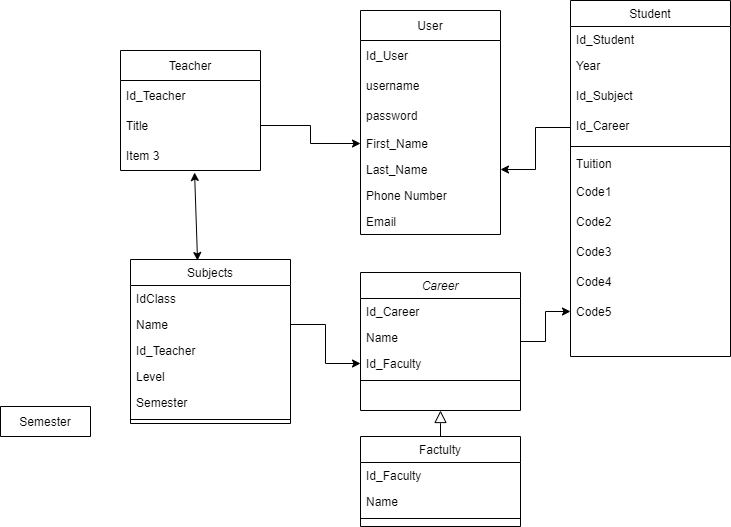
This is Untitled Diagram.drawio.png from GuilleAlvarado/draw, a draw.io export, as it was before one commit. Source tidied: cells renumbered, new cells last; positions are measured from the earlier drawing's top-left corner, leaving out a move shared by most shapes. Source of this version:
```xml
<mxGraphModel>
  <root>
    <mxCell id="0" />
    <mxCell id="1" parent="0" />
    <mxCell id="2" style="edgeStyle=orthogonalEdgeStyle;rounded=0;jettySize=auto;html=1;" parent="1" edge="1" source="3" target="31">
      <mxGeometry relative="1" as="geometry" />
    </mxCell>
    <mxCell id="3" value="Career" style="swimlane;fontStyle=2;align=center;verticalAlign=top;horizontal=1;startSize=26;rounded=0;shadow=0;strokeWidth=1;" parent="1" vertex="1">
      <mxGeometry x="360" y="272" width="160" height="138" as="geometry" />
    </mxCell>
    <mxCell id="4" value="Id_Career" style="text;align=left;verticalAlign=top;spacingLeft=4;spacingRight=4;overflow=hidden;" parent="3" vertex="1">
      <mxGeometry y="26" width="160" height="26" as="geometry" />
    </mxCell>
    <mxCell id="5" value="Name" style="text;align=left;verticalAlign=top;spacingLeft=4;spacingRight=4;overflow=hidden;rounded=0;shadow=0;html=0;" parent="3" vertex="1">
      <mxGeometry y="52" width="160" height="26" as="geometry" />
    </mxCell>
    <mxCell id="6" value="Id_Faculty" style="text;align=left;verticalAlign=top;spacingLeft=4;spacingRight=4;overflow=hidden;points=[[0,0.5],[1,0.5]];portConstraint=eastwest;rounded=0;shadow=0;html=0;" parent="3" vertex="1">
      <mxGeometry y="78" width="160" height="26" as="geometry" />
    </mxCell>
    <mxCell id="7" style="line;html=1;strokeWidth=1;align=left;verticalAlign=middle;spacingTop=-1;spacingLeft=3;spacingRight=3;labelPosition=right;" parent="3" vertex="1">
      <mxGeometry y="104" width="160" height="8" as="geometry" />
    </mxCell>
    <mxCell id="8" value="Factulty" style="swimlane;fontStyle=0;align=center;verticalAlign=top;horizontal=1;startSize=26;rounded=0;shadow=0;strokeWidth=1;" parent="1" vertex="1">
      <mxGeometry x="360" y="436" width="160" height="90" as="geometry" />
    </mxCell>
    <mxCell id="9" value="Id_Faculty" style="text;align=left;verticalAlign=top;spacingLeft=4;spacingRight=4;overflow=hidden;" parent="8" vertex="1">
      <mxGeometry y="26" width="160" height="26" as="geometry" />
    </mxCell>
    <mxCell id="10" value="Name" style="text;align=left;verticalAlign=top;spacingLeft=4;spacingRight=4;overflow=hidden;rounded=0;shadow=0;html=0;" parent="8" vertex="1">
      <mxGeometry y="52" width="160" height="26" as="geometry" />
    </mxCell>
    <mxCell id="11" style="line;html=1;strokeWidth=1;align=left;verticalAlign=middle;spacingTop=-1;spacingLeft=3;spacingRight=3;labelPosition=right;" parent="8" vertex="1">
      <mxGeometry y="78" width="160" height="8" as="geometry" />
    </mxCell>
    <mxCell id="12" style="endArrow=block;endSize=10;endFill=0;shadow=0;strokeWidth=1;rounded=0;edgeStyle=elbowEdgeStyle;elbow=vertical;" parent="1" edge="1" source="8" target="3">
      <mxGeometry relative="1" as="geometry" />
    </mxCell>
    <mxCell id="13" value="Subjects" style="swimlane;fontStyle=0;align=center;verticalAlign=top;horizontal=1;startSize=26;rounded=0;shadow=0;strokeWidth=1;" parent="1" vertex="1">
      <mxGeometry x="130" y="259" width="160" height="164" as="geometry" />
    </mxCell>
    <mxCell id="14" value="IdClass" style="text;align=left;verticalAlign=top;spacingLeft=4;spacingRight=4;overflow=hidden;" parent="13" vertex="1">
      <mxGeometry y="26" width="160" height="26" as="geometry" />
    </mxCell>
    <mxCell id="15" value="Name" style="text;align=left;verticalAlign=top;spacingLeft=4;spacingRight=4;overflow=hidden;points=[[0,0.5],[1,0.5]];portConstraint=eastwest;" parent="13" vertex="1">
      <mxGeometry y="52" width="160" height="26" as="geometry" />
    </mxCell>
    <mxCell id="16" value="Id_Teacher" style="text;align=left;verticalAlign=top;spacingLeft=4;spacingRight=4;overflow=hidden;" parent="13" vertex="1">
      <mxGeometry y="78" width="160" height="26" as="geometry" />
    </mxCell>
    <mxCell id="17" value="Level" style="text;align=left;verticalAlign=top;spacingLeft=4;spacingRight=4;overflow=hidden;" parent="13" vertex="1">
      <mxGeometry y="104" width="160" height="26" as="geometry" />
    </mxCell>
    <mxCell id="18" value="Semester" style="text;align=left;verticalAlign=top;spacingLeft=4;spacingRight=4;overflow=hidden;" parent="13" vertex="1">
      <mxGeometry y="130" width="160" height="26" as="geometry" />
    </mxCell>
    <mxCell id="19" style="line;html=1;strokeWidth=1;align=left;verticalAlign=middle;spacingTop=-1;spacingLeft=3;spacingRight=3;labelPosition=right;" parent="13" vertex="1">
      <mxGeometry y="156" width="160" height="8" as="geometry" />
    </mxCell>
    <mxCell id="20" value="Student" style="swimlane;fontStyle=0;align=center;verticalAlign=top;horizontal=1;startSize=26;rounded=0;shadow=0;strokeWidth=1;" parent="1" vertex="1">
      <mxGeometry x="570" width="160" height="356" as="geometry" />
    </mxCell>
    <mxCell id="21" value="Id_Student" style="text;align=left;verticalAlign=top;spacingLeft=4;spacingRight=4;overflow=hidden;" parent="20" vertex="1">
      <mxGeometry y="26" width="160" height="26" as="geometry" />
    </mxCell>
    <mxCell id="22" value="Year" style="text;align=left;verticalAlign=top;spacingLeft=4;spacingRight=4;overflow=hidden;rounded=0;shadow=0;html=0;" parent="20" vertex="1">
      <mxGeometry y="52" width="160" height="30" as="geometry" />
    </mxCell>
    <mxCell id="23" value="Id_Subject" style="text;align=left;verticalAlign=top;spacingLeft=4;spacingRight=4;overflow=hidden;rounded=0;shadow=0;html=0;" parent="20" vertex="1">
      <mxGeometry y="82" width="160" height="30" as="geometry" />
    </mxCell>
    <mxCell id="24" value="Id_Career" style="text;align=left;verticalAlign=top;spacingLeft=4;spacingRight=4;overflow=hidden;points=[[0,0.5],[1,0.5]];portConstraint=eastwest;rounded=0;shadow=0;html=0;" parent="20" vertex="1">
      <mxGeometry y="112" width="160" height="30" as="geometry" />
    </mxCell>
    <mxCell id="25" style="line;html=1;strokeWidth=1;align=left;verticalAlign=middle;spacingTop=-1;spacingLeft=3;spacingRight=3;labelPosition=right;" parent="20" vertex="1">
      <mxGeometry y="142" width="160" height="8" as="geometry" />
    </mxCell>
    <mxCell id="26" value="Tuition" style="text;align=left;verticalAlign=top;spacingLeft=4;spacingRight=4;overflow=hidden;" parent="20" vertex="1">
      <mxGeometry y="150" width="160" height="26" as="geometry" />
    </mxCell>
    <mxCell id="27" value="Code1" style="text;strokeColor=none;fillColor=none;align=left;verticalAlign=middle;spacingLeft=4;spacingRight=4;overflow=hidden;" parent="20" vertex="1">
      <mxGeometry y="176" width="160" height="30" as="geometry" />
    </mxCell>
    <mxCell id="28" value="Code2" style="text;strokeColor=none;fillColor=none;align=left;verticalAlign=middle;spacingLeft=4;spacingRight=4;overflow=hidden;" parent="20" vertex="1">
      <mxGeometry y="206" width="160" height="30" as="geometry" />
    </mxCell>
    <mxCell id="29" value="Code3" style="text;strokeColor=none;fillColor=none;align=left;verticalAlign=middle;spacingLeft=4;spacingRight=4;overflow=hidden;" parent="20" vertex="1">
      <mxGeometry y="236" width="160" height="30" as="geometry" />
    </mxCell>
    <mxCell id="30" value="Code4" style="text;strokeColor=none;fillColor=none;align=left;verticalAlign=middle;spacingLeft=4;spacingRight=4;overflow=hidden;" parent="20" vertex="1">
      <mxGeometry y="266" width="160" height="30" as="geometry" />
    </mxCell>
    <mxCell id="31" value="Code5" style="text;strokeColor=none;fillColor=none;align=left;verticalAlign=middle;spacingLeft=4;spacingRight=4;overflow=hidden;points=[[0,0.5],[1,0.5]];portConstraint=eastwest;" parent="20" vertex="1">
      <mxGeometry y="296" width="160" height="30" as="geometry" />
    </mxCell>
    <mxCell id="32" value="Semester" style="swimlane;fontStyle=0;horizontal=1;startSize=30;" parent="1" vertex="1" collapsed="1">
      <mxGeometry y="406" width="90" height="30" as="geometry" />
    </mxCell>
    <mxCell id="33" value="User" style="swimlane;fontStyle=0;horizontal=1;startSize=30;" parent="1" vertex="1">
      <mxGeometry x="360" y="10" width="140" height="224" as="geometry" />
    </mxCell>
    <mxCell id="34" value="Id_User" style="text;strokeColor=none;fillColor=none;align=left;verticalAlign=middle;spacingLeft=4;spacingRight=4;overflow=hidden;" parent="33" vertex="1">
      <mxGeometry y="30" width="140" height="30" as="geometry" />
    </mxCell>
    <mxCell id="35" value="username" style="text;strokeColor=none;fillColor=none;align=left;verticalAlign=middle;spacingLeft=4;spacingRight=4;overflow=hidden;" parent="33" vertex="1">
      <mxGeometry y="60" width="140" height="30" as="geometry" />
    </mxCell>
    <mxCell id="36" value="password" style="text;strokeColor=none;fillColor=none;align=left;verticalAlign=middle;spacingLeft=4;spacingRight=4;overflow=hidden;" parent="33" vertex="1">
      <mxGeometry y="90" width="140" height="30" as="geometry" />
    </mxCell>
    <mxCell id="37" value="First_Name" style="text;align=left;verticalAlign=top;spacingLeft=4;spacingRight=4;overflow=hidden;points=[[0,0.5],[1,0.5]];portConstraint=eastwest;rounded=0;shadow=0;html=0;" parent="33" vertex="1">
      <mxGeometry y="120" width="140" height="26" as="geometry" />
    </mxCell>
    <mxCell id="38" value="Last_Name" style="text;align=left;verticalAlign=top;spacingLeft=4;spacingRight=4;overflow=hidden;points=[[0,0.5],[1,0.5]];portConstraint=eastwest;rounded=0;shadow=0;html=0;" parent="33" vertex="1">
      <mxGeometry y="146" width="140" height="26" as="geometry" />
    </mxCell>
    <mxCell id="39" value="Phone Number " style="text;align=left;verticalAlign=top;spacingLeft=4;spacingRight=4;overflow=hidden;rounded=0;shadow=0;html=0;" parent="33" vertex="1">
      <mxGeometry y="172" width="140" height="26" as="geometry" />
    </mxCell>
    <mxCell id="40" value="Email" style="text;align=left;verticalAlign=top;spacingLeft=4;spacingRight=4;overflow=hidden;rounded=0;shadow=0;html=0;" parent="33" vertex="1">
      <mxGeometry y="198" width="140" height="26" as="geometry" />
    </mxCell>
    <mxCell id="41" value="Teacher" style="swimlane;fontStyle=0;horizontal=1;startSize=30;" parent="1" vertex="1">
      <mxGeometry x="120" y="50" width="140" height="120" as="geometry" />
    </mxCell>
    <mxCell id="42" value="Id_Teacher" style="text;strokeColor=none;fillColor=none;align=left;verticalAlign=middle;spacingLeft=4;spacingRight=4;overflow=hidden;" parent="41" vertex="1">
      <mxGeometry y="30" width="140" height="30" as="geometry" />
    </mxCell>
    <mxCell id="43" value="Title" style="text;strokeColor=none;fillColor=none;align=left;verticalAlign=middle;spacingLeft=4;spacingRight=4;overflow=hidden;points=[[0,0.5],[1,0.5]];portConstraint=eastwest;" parent="41" vertex="1">
      <mxGeometry y="60" width="140" height="30" as="geometry" />
    </mxCell>
    <mxCell id="44" value="Item 3" style="text;strokeColor=none;fillColor=none;align=left;verticalAlign=middle;spacingLeft=4;spacingRight=4;overflow=hidden;points=[[0,0.5],[1,0.5]];portConstraint=eastwest;" parent="41" vertex="1">
      <mxGeometry y="90" width="140" height="30" as="geometry" />
    </mxCell>
    <mxCell id="45" style="edgeStyle=orthogonalEdgeStyle;rounded=0;jettySize=auto;html=1;" parent="1" edge="1" source="43" target="37">
      <mxGeometry relative="1" as="geometry" />
    </mxCell>
    <mxCell id="46" style="edgeStyle=orthogonalEdgeStyle;rounded=0;jettySize=auto;html=1;" parent="1" edge="1" source="15" target="6">
      <mxGeometry relative="1" as="geometry" />
    </mxCell>
    <mxCell id="47" style="edgeStyle=orthogonalEdgeStyle;rounded=0;jettySize=auto;html=1;" parent="1" edge="1" source="24" target="38">
      <mxGeometry relative="1" as="geometry" />
    </mxCell>
    <mxCell id="48" style="endArrow=classic;startArrow=classic;html=1;rounded=0;entryX=0.529;entryY=1.067;entryDx=0;entryDy=0;entryPerimeter=0;exitX=0.419;exitY=0.006;exitDx=0;exitDy=0;exitPerimeter=0;" parent="1" edge="1" source="13" target="44">
      <mxGeometry relative="1" as="geometry" />
    </mxCell>
  </root>
</mxGraphModel>
```
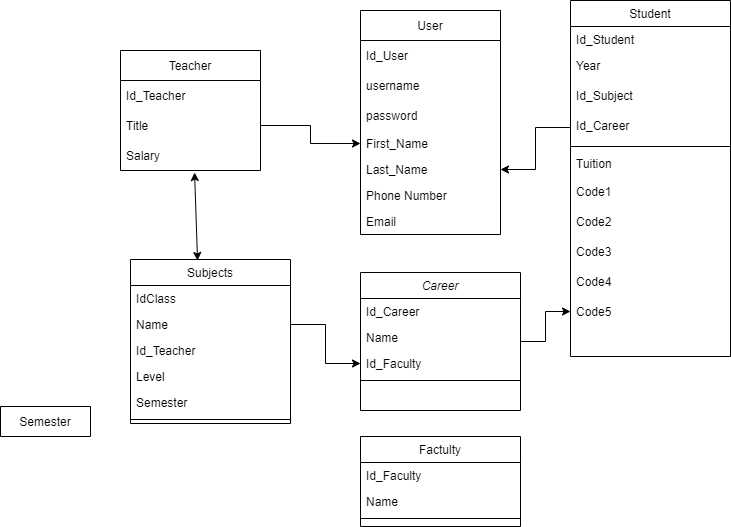
The same diagram one commit later.

What changed in the source:
```diff
@@ -32,9 +32,6 @@
     <mxCell id="11" style="line;html=1;strokeWidth=1;align=left;verticalAlign=middle;spacingTop=-1;spacingLeft=3;spacingRight=3;labelPosition=right;" parent="8" vertex="1">
       <mxGeometry y="78" width="160" height="8" as="geometry" />
     </mxCell>
-    <mxCell id="12" style="endArrow=block;endSize=10;endFill=0;shadow=0;strokeWidth=1;rounded=0;edgeStyle=elbowEdgeStyle;elbow=vertical;" parent="1" edge="1" source="8" target="3">
-      <mxGeometry relative="1" as="geometry" />
-    </mxCell>
     <mxCell id="13" value="Subjects" style="swimlane;fontStyle=0;align=center;verticalAlign=top;horizontal=1;startSize=26;rounded=0;shadow=0;strokeWidth=1;" parent="1" vertex="1">
       <mxGeometry x="130" y="259" width="160" height="164" as="geometry" />
     </mxCell>
@@ -128,7 +125,7 @@
     <mxCell id="43" value="Title" style="text;strokeColor=none;fillColor=none;align=left;verticalAlign=middle;spacingLeft=4;spacingRight=4;overflow=hidden;points=[[0,0.5],[1,0.5]];portConstraint=eastwest;" parent="41" vertex="1">
       <mxGeometry y="60" width="140" height="30" as="geometry" />
     </mxCell>
-    <mxCell id="44" value="Item 3" style="text;strokeColor=none;fillColor=none;align=left;verticalAlign=middle;spacingLeft=4;spacingRight=4;overflow=hidden;points=[[0,0.5],[1,0.5]];portConstraint=eastwest;" parent="41" vertex="1">
+    <mxCell id="44" value="Salary" style="text;strokeColor=none;fillColor=none;align=left;verticalAlign=middle;spacingLeft=4;spacingRight=4;overflow=hidden;points=[[0,0.5],[1,0.5]];portConstraint=eastwest;" parent="41" vertex="1">
       <mxGeometry y="90" width="140" height="30" as="geometry" />
     </mxCell>
     <mxCell id="45" style="edgeStyle=orthogonalEdgeStyle;rounded=0;jettySize=auto;html=1;" parent="1" edge="1" source="43" target="37">
```
